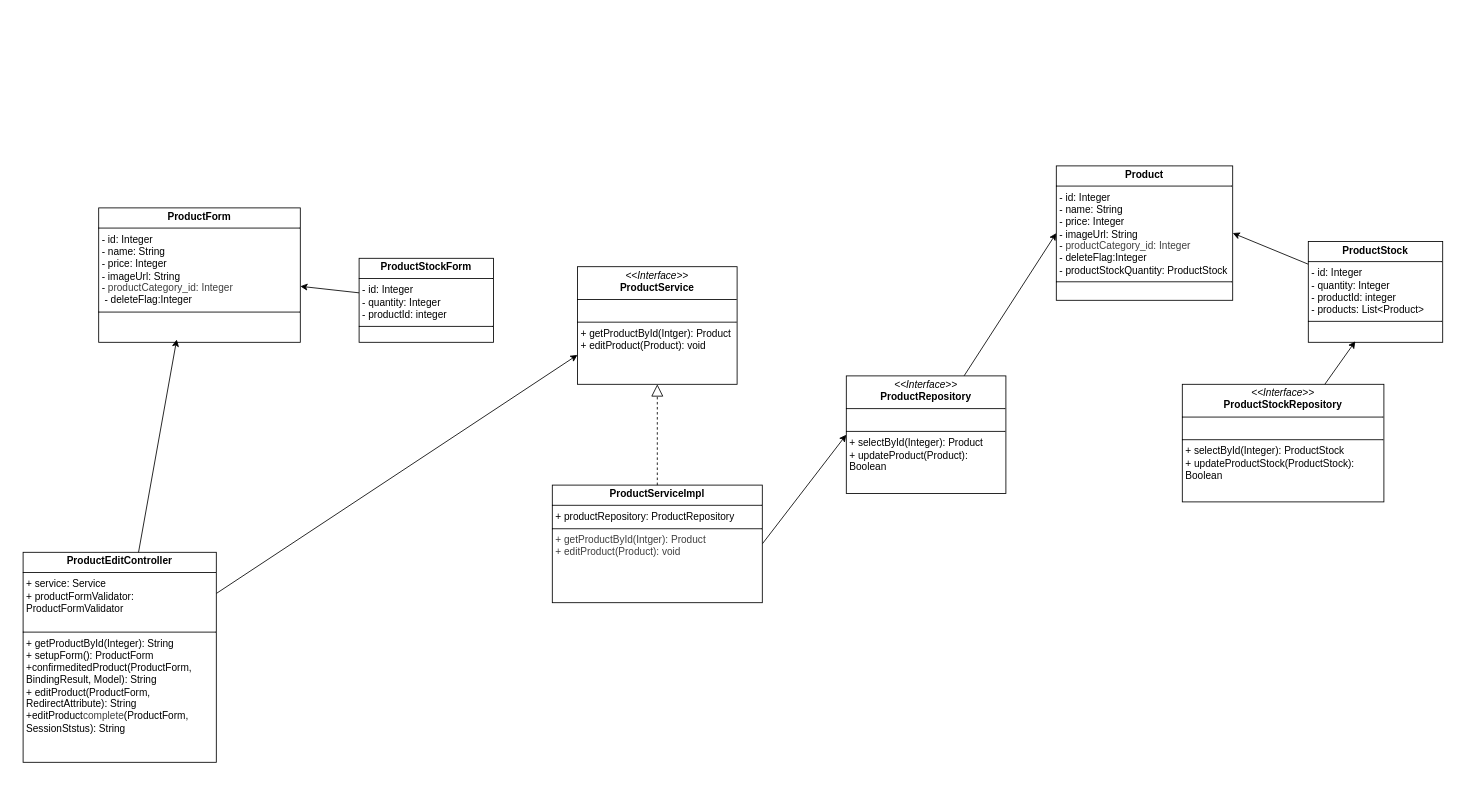
NstecEmp-013/team-dev-spring-boot-ec keeps this draw.io diagram as plan/uml/class/classBP006~BP011.drawio. Above is the earlier version. Source tidied: cells renumbered, new cells numbered last; positions are measured from the earlier drawing's top-left corner, leaving out a move shared by most shapes. Both pictures are drawn from the tidied source at 84%, with x=0, y=0 at pixel (23, 165).
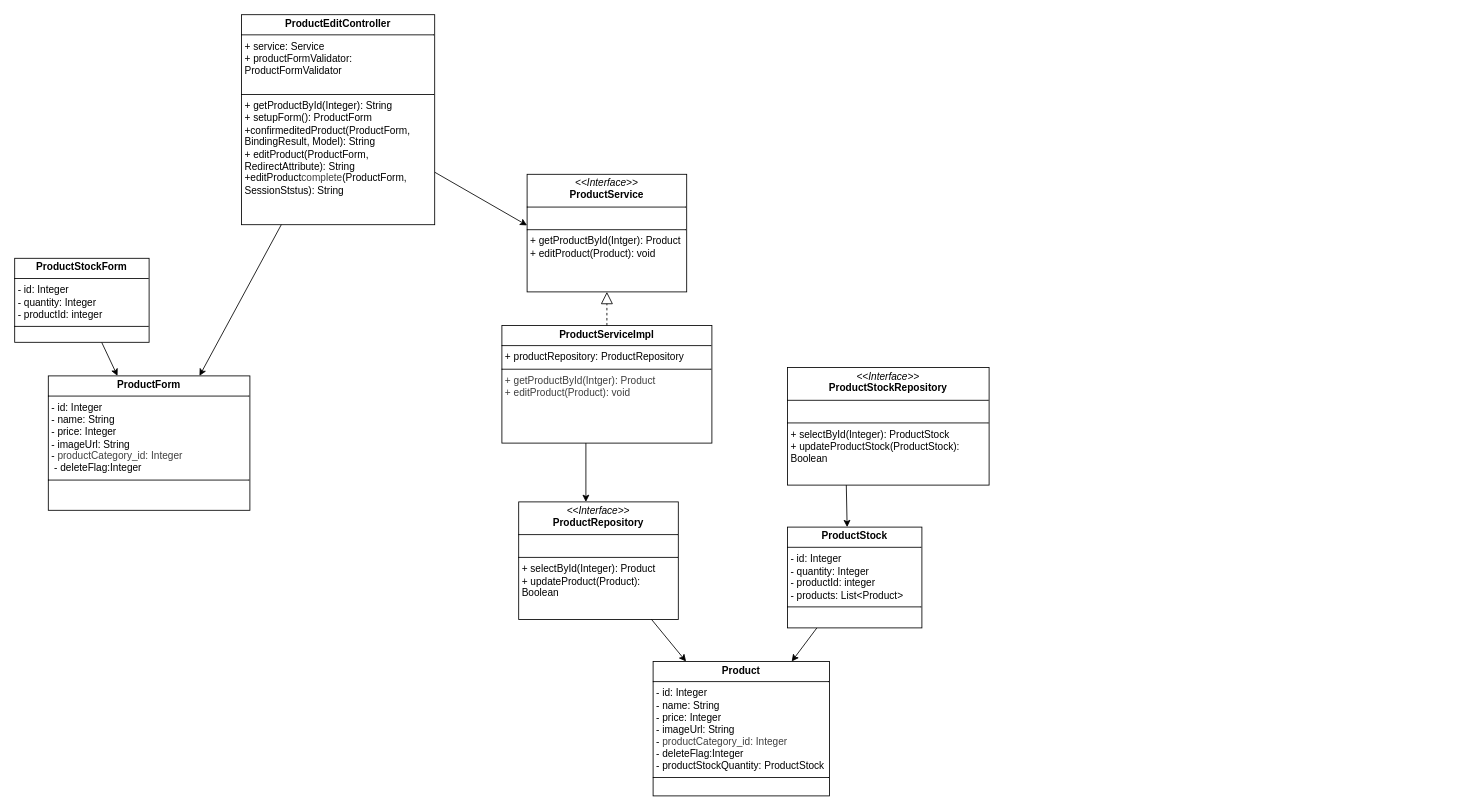
The same page after the edit.

Change to the diagram source:
```diff
@@
-    <mxCell id="2" style="edgeStyle=none;html=1;exitX=1;exitY=0.5;exitDx=0;exitDy=0;entryX=0;entryY=0.5;entryDx=0;entryDy=0;" parent="1" edge="1" source="3" target="6">
-      <mxGeometry relative="1" as="geometry" />
+    <mxCell id="2" style="edgeStyle=none;html=1;" parent="1" edge="1">
+      <mxGeometry relative="1" as="geometry">
+        <mxPoint x="670" y="320" as="sourcePoint" />
+        <mxPoint x="670" y="400" as="targetPoint" />
+      </mxGeometry>
     </mxCell>
     <mxCell id="3" value="&lt;p style=&quot;margin:0px;margin-top:4px;text-align:center;&quot;&gt;&lt;b&gt;ProductServiceImpl&lt;/b&gt;&lt;/p&gt;&lt;hr size=&quot;1&quot; style=&quot;border-style:solid;&quot;&gt;&lt;p style=&quot;margin:0px;margin-left:4px;&quot;&gt;+ productRepository: ProductRepository&lt;/p&gt;&lt;hr size=&quot;1&quot; style=&quot;border-style:solid;&quot;&gt;&lt;p style=&quot;margin:0px;margin-left:4px;&quot;&gt;&lt;span style=&quot;color: rgb(63, 63, 63);&quot;&gt;+ getProductById(Intger): Product&lt;/span&gt;&lt;br style=&quot;color: rgb(63, 63, 63);&quot;&gt;&lt;span style=&quot;color: rgb(63, 63, 63);&quot;&gt;+ editProduct(Product): void&lt;/span&gt;&lt;/p&gt;" style="verticalAlign=top;align=left;overflow=fill;html=1;whiteSpace=wrap;" parent="1" vertex="1">
-      <mxGeometry x="630" y="380" width="250" height="140" as="geometry" />
+      <mxGeometry x="570" y="190" width="250" height="140" as="geometry" />
     </mxCell>
     <mxCell id="4" value="&lt;p style=&quot;margin:0px;margin-top:4px;text-align:center;&quot;&gt;&lt;i&gt;&amp;lt;&amp;lt;Interface&amp;gt;&amp;gt;&lt;/i&gt;&lt;br&gt;&lt;b&gt;ProductService&lt;/b&gt;&lt;/p&gt;&lt;hr size=&quot;1&quot; style=&quot;border-style:solid;&quot;&gt;&lt;p style=&quot;margin:0px;margin-left:4px;&quot;&gt;&lt;br&gt;&lt;/p&gt;&lt;hr size=&quot;1&quot; style=&quot;border-style:solid;&quot;&gt;&lt;p style=&quot;margin:0px;margin-left:4px;&quot;&gt;+ getProductById(Intger): Product&lt;br&gt;+ editProduct(Product): void&lt;/p&gt;" style="verticalAlign=top;align=left;overflow=fill;html=1;whiteSpace=wrap;" parent="1" vertex="1">
-      <mxGeometry x="660" y="120" width="190" height="140" as="geometry" />
+      <mxGeometry x="600" y="10" width="190" height="140" as="geometry" />
     </mxCell>
-    <mxCell id="5" style="edgeStyle=none;html=1;entryX=0;entryY=0.5;entryDx=0;entryDy=0;" parent="1" edge="1" source="6" target="7">
+    <mxCell id="5" style="edgeStyle=none;html=1;exitX=0.821;exitY=0.981;exitDx=0;exitDy=0;exitPerimeter=0;" parent="1" edge="1" source="6" target="7">
       <mxGeometry relative="1" as="geometry" />
     </mxCell>
     <mxCell id="6" value="&lt;p style=&quot;margin:0px;margin-top:4px;text-align:center;&quot;&gt;&lt;i&gt;&amp;lt;&amp;lt;Interface&amp;gt;&amp;gt;&lt;/i&gt;&lt;br&gt;&lt;b&gt;ProductRepository&lt;/b&gt;&lt;/p&gt;&lt;hr size=&quot;1&quot; style=&quot;border-style:solid;&quot;&gt;&lt;p style=&quot;margin:0px;margin-left:4px;&quot;&gt;&lt;br&gt;&lt;/p&gt;&lt;hr size=&quot;1&quot; style=&quot;border-style:solid;&quot;&gt;&lt;p style=&quot;margin:0px;margin-left:4px;&quot;&gt;+ selectById(Integer): Product&lt;br&gt;+ updateProduct(Product): Boolean&lt;/p&gt;" style="verticalAlign=top;align=left;overflow=fill;html=1;whiteSpace=wrap;" parent="1" vertex="1">
-      <mxGeometry x="980" y="250" width="190" height="140" as="geometry" />
+      <mxGeometry x="590" y="400" width="190" height="140" as="geometry" />
     </mxCell>
     <mxCell id="7" value="&lt;p style=&quot;margin:0px;margin-top:4px;text-align:center;&quot;&gt;&lt;b&gt;Product&lt;/b&gt;&lt;/p&gt;&lt;hr size=&quot;1&quot; style=&quot;border-style:solid;&quot;&gt;&lt;p style=&quot;margin:0px;margin-left:4px;&quot;&gt;- id: Integer&lt;/p&gt;&lt;p style=&quot;margin:0px;margin-left:4px;&quot;&gt;- name: String&lt;/p&gt;&lt;p style=&quot;margin:0px;margin-left:4px;&quot;&gt;- price: Integer&lt;/p&gt;&lt;p style=&quot;margin:0px;margin-left:4px;&quot;&gt;&lt;span style=&quot;background-color: transparent;&quot;&gt;- imageUrl: String&lt;/span&gt;&lt;/p&gt;&lt;p style=&quot;margin:0px;margin-left:4px;&quot;&gt;-&lt;span style=&quot;color: rgb(63, 63, 63); background-color: transparent;&quot;&gt;&amp;nbsp;productCategory_id: Integer&lt;/span&gt;&lt;/p&gt;&lt;p style=&quot;margin:0px;margin-left:4px;&quot;&gt;- deleteFlag:Integer&lt;/p&gt;&lt;p style=&quot;margin:0px;margin-left:4px;&quot;&gt;- productStockQuantity: ProductStock&lt;/p&gt;&lt;hr size=&quot;1&quot; style=&quot;border-style:solid;&quot;&gt;&lt;p style=&quot;margin:0px;margin-left:4px;&quot;&gt;&lt;br&gt;&lt;/p&gt;" style="verticalAlign=top;align=left;overflow=fill;html=1;whiteSpace=wrap;" parent="1" vertex="1">
-      <mxGeometry x="1230" width="210" height="160" as="geometry" />
+      <mxGeometry x="750" y="590" width="210" height="160" as="geometry" />
     </mxCell>
     <mxCell id="8" value="&lt;p style=&quot;margin:0px;margin-top:4px;text-align:center;&quot;&gt;&lt;b&gt;ProductForm&lt;/b&gt;&lt;/p&gt;&lt;hr size=&quot;1&quot; style=&quot;border-style:solid;&quot;&gt;&lt;p style=&quot;margin: 0px 0px 0px 4px;&quot;&gt;- id: Integer&lt;/p&gt;&lt;p style=&quot;margin: 0px 0px 0px 4px;&quot;&gt;- name: String&lt;/p&gt;&lt;p style=&quot;margin: 0px 0px 0px 4px;&quot;&gt;- price: Integer&lt;/p&gt;&lt;p style=&quot;margin: 0px 0px 0px 4px;&quot;&gt;&lt;span style=&quot;background-color: transparent;&quot;&gt;- imageUrl: String&lt;/span&gt;&lt;/p&gt;&lt;p style=&quot;margin: 0px 0px 0px 4px;&quot;&gt;-&lt;span style=&quot;background-color: transparent; color: rgb(63, 63, 63);&quot;&gt;&amp;nbsp;productCategory_id: Integer&lt;/span&gt;&lt;/p&gt;&lt;p style=&quot;margin: 0px 0px 0px 4px;&quot;&gt;&amp;nbsp;- deleteFlag:Integer&lt;/p&gt;&lt;hr size=&quot;1&quot; style=&quot;border-style:solid;&quot;&gt;&lt;p style=&quot;margin:0px;margin-left:4px;&quot;&gt;&lt;br&gt;&lt;/p&gt;" style="verticalAlign=top;align=left;overflow=fill;html=1;whiteSpace=wrap;" parent="1" vertex="1">
-      <mxGeometry x="90" y="50" width="240" height="160" as="geometry" />
+      <mxGeometry x="30" y="250" width="240" height="160" as="geometry" />
     </mxCell>
-    <mxCell id="9" style="edgeStyle=none;html=1;entryX=0;entryY=0.75;entryDx=0;entryDy=0;" parent="1" edge="1" source="10" target="4">
-      <mxGeometry relative="1" as="geometry" />
+    <mxCell id="9" style="edgeStyle=none;html=1;entryX=-0.025;entryY=0.119;entryDx=0;entryDy=0;entryPerimeter=0;exitX=1;exitY=0.75;exitDx=0;exitDy=0;" parent="1" edge="1" source="10">
+      <mxGeometry relative="1" as="geometry">
+        <mxPoint x="600" y="70.8" as="targetPoint" />
+      </mxGeometry>
     </mxCell>
     <mxCell id="10" value="&lt;p style=&quot;margin:0px;margin-top:4px;text-align:center;&quot;&gt;&lt;b&gt;ProductEditController&lt;/b&gt;&lt;/p&gt;&lt;hr size=&quot;1&quot; style=&quot;border-style:solid;&quot;&gt;&lt;p style=&quot;margin:0px;margin-left:4px;&quot;&gt;+ service: Service&lt;/p&gt;&lt;p style=&quot;margin:0px;margin-left:4px;&quot;&gt;+ productFormValidator: ProductFormValidator&lt;/p&gt;&lt;p style=&quot;margin:0px;margin-left:4px;&quot;&gt;&lt;br&gt;&lt;/p&gt;&lt;hr size=&quot;1&quot; style=&quot;border-style:solid;&quot;&gt;&lt;p style=&quot;margin:0px;margin-left:4px;&quot;&gt;+ getProductById(Integer): String&lt;/p&gt;&lt;p style=&quot;margin:0px;margin-left:4px;&quot;&gt;+ setupForm(): ProductForm&lt;/p&gt;&lt;p style=&quot;margin:0px;margin-left:4px;&quot;&gt;+confirmeditedProduct(ProductForm, BindingResult, Model): String&amp;nbsp;&lt;/p&gt;&lt;p style=&quot;margin:0px;margin-left:4px;&quot;&gt;+ editProduct(ProductForm, RedirectAttribute): String&lt;/p&gt;&lt;p style=&quot;margin:0px;margin-left:4px;&quot;&gt;+editProduct&lt;span style=&quot;color: rgb(63, 63, 63); background-color: transparent;&quot;&gt;complete&lt;/span&gt;&lt;span style=&quot;background-color: transparent;&quot;&gt;(ProductForm, SessionStstus): String&lt;/span&gt;&lt;/p&gt;" style="verticalAlign=top;align=left;overflow=fill;html=1;whiteSpace=wrap;" parent="1" vertex="1">
-      <mxGeometry y="460" width="230" height="250" as="geometry" />
+      <mxGeometry x="260" y="-180" width="230" height="250" as="geometry" />
     </mxCell>
@@
-    <mxCell id="12" style="edgeStyle=none;html=1;entryX=1;entryY=0.5;entryDx=0;entryDy=0;" parent="1" edge="1" source="13" target="7">
+    <mxCell id="12" style="edgeStyle=none;html=1;" parent="1" edge="1" source="13" target="7">
       <mxGeometry relative="1" as="geometry" />
     </mxCell>
     <mxCell id="13" value="&lt;p style=&quot;margin:0px;margin-top:4px;text-align:center;&quot;&gt;&lt;b&gt;ProductStock&lt;/b&gt;&lt;/p&gt;&lt;hr size=&quot;1&quot; style=&quot;border-style:solid;&quot;&gt;&lt;p style=&quot;margin:0px;margin-left:4px;&quot;&gt;- id: Integer&lt;/p&gt;&lt;p style=&quot;margin:0px;margin-left:4px;&quot;&gt;- quantity: Integer&lt;/p&gt;&lt;p style=&quot;margin:0px;margin-left:4px;&quot;&gt;- productId: integer&lt;/p&gt;&lt;p style=&quot;margin:0px;margin-left:4px;&quot;&gt;- products: List&amp;lt;Product&amp;gt;&lt;/p&gt;&lt;hr size=&quot;1&quot; style=&quot;border-style:solid;&quot;&gt;&lt;p style=&quot;margin:0px;margin-left:4px;&quot;&gt;&lt;br&gt;&lt;/p&gt;" style="verticalAlign=top;align=left;overflow=fill;html=1;whiteSpace=wrap;" parent="1" vertex="1">
-      <mxGeometry x="1530" y="90" width="160" height="120" as="geometry" />
+      <mxGeometry x="910" y="430" width="160" height="120" as="geometry" />
     </mxCell>
@@
     <mxCell id="15" value="&lt;p style=&quot;margin:0px;margin-top:4px;text-align:center;&quot;&gt;&lt;b&gt;ProductStockForm&lt;/b&gt;&lt;/p&gt;&lt;hr size=&quot;1&quot; style=&quot;border-style:solid;&quot;&gt;&lt;p style=&quot;margin:0px;margin-left:4px;&quot;&gt;- id: Integer&lt;/p&gt;&lt;p style=&quot;margin:0px;margin-left:4px;&quot;&gt;- quantity: Integer&lt;/p&gt;&lt;p style=&quot;margin:0px;margin-left:4px;&quot;&gt;- productId: integer&lt;/p&gt;&lt;hr size=&quot;1&quot; style=&quot;border-style:solid;&quot;&gt;&lt;p style=&quot;margin:0px;margin-left:4px;&quot;&gt;&lt;br&gt;&lt;/p&gt;" style="verticalAlign=top;align=left;overflow=fill;html=1;whiteSpace=wrap;" parent="1" vertex="1">
-      <mxGeometry x="400" y="110" width="160" height="100" as="geometry" />
+      <mxGeometry x="-10" y="110" width="160" height="100" as="geometry" />
     </mxCell>
     <mxCell id="16" value="&lt;p style=&quot;margin:0px;margin-top:4px;text-align:center;&quot;&gt;&lt;i&gt;&amp;lt;&amp;lt;Interface&amp;gt;&amp;gt;&lt;/i&gt;&lt;br&gt;&lt;b&gt;ProductStockRepository&lt;/b&gt;&lt;/p&gt;&lt;hr size=&quot;1&quot; style=&quot;border-style:solid;&quot;&gt;&lt;p style=&quot;margin:0px;margin-left:4px;&quot;&gt;&lt;br&gt;&lt;/p&gt;&lt;hr size=&quot;1&quot; style=&quot;border-style:solid;&quot;&gt;&lt;p style=&quot;margin:0px;margin-left:4px;&quot;&gt;+ selectById(Integer): ProductStock&lt;br&gt;+ updateProductStock(ProductStock): Boolean&lt;/p&gt;" style="verticalAlign=top;align=left;overflow=fill;html=1;whiteSpace=wrap;" parent="1" vertex="1">
-      <mxGeometry x="1380" y="260" width="240" height="140" as="geometry" />
+      <mxGeometry x="910" y="240" width="240" height="140" as="geometry" />
     </mxCell>
-    <mxCell id="17" style="edgeStyle=none;html=1;entryX=0.35;entryY=0.99;entryDx=0;entryDy=0;entryPerimeter=0;" parent="1" edge="1" source="16" target="13">
-      <mxGeometry relative="1" as="geometry" />
+    <mxCell id="17" style="edgeStyle=none;html=1;exitX=0.289;exitY=0.976;exitDx=0;exitDy=0;exitPerimeter=0;" parent="1" edge="1">
+      <mxGeometry relative="1" as="geometry">
+        <mxPoint x="980" y="380" as="sourcePoint" />
+        <mxPoint x="981" y="430" as="targetPoint" />
+      </mxGeometry>
     </mxCell>
-    <mxCell id="18" style="edgeStyle=none;html=1;entryX=0.387;entryY=0.979;entryDx=0;entryDy=0;entryPerimeter=0;" parent="1" edge="1" source="10" target="8">
+    <mxCell id="18" style="edgeStyle=none;html=1;entryX=0.75;entryY=0;entryDx=0;entryDy=0;" parent="1" edge="1" source="10" target="8">
       <mxGeometry relative="1" as="geometry" />
     </mxCell>
```
